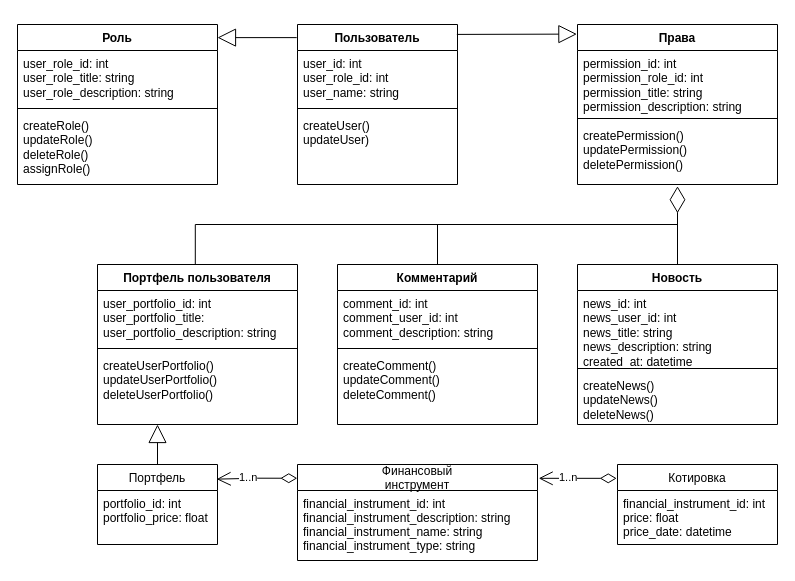
Before: Диаграмма без названия.drawio in epsil0n66/ProjectMethodsSlanina, a draw.io diagram. Source tidied: cells renumbered, new cells numbered last; positions are measured from the earlier drawing's top-left corner, leaving out a move shared by most shapes. Both pictures are drawn from the tidied source at 100%, with x=0, y=0 at pixel (17, 24).
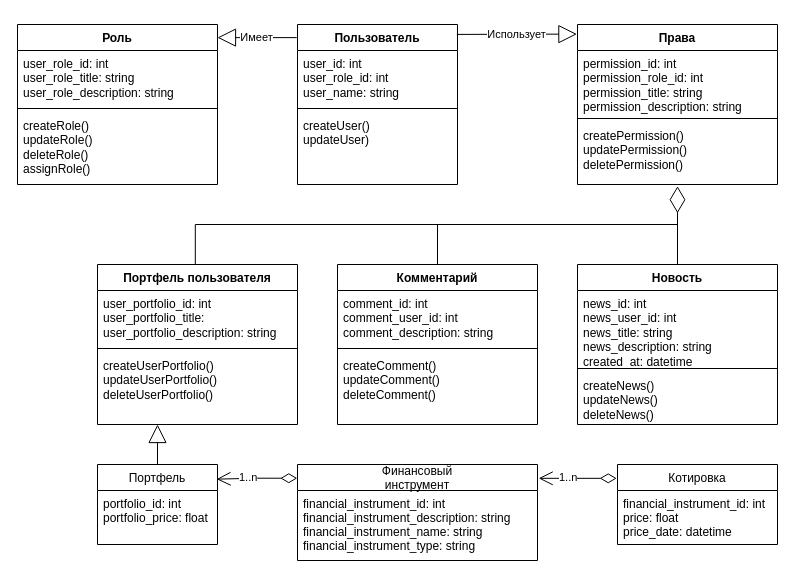
After the change.

Commit message:
Модель предметной области.drawio

The change refers to these unchanged cells:
```xml
<mxCell id="12" value="Роль" style="swimlane;fontStyle=1;align=center;verticalAlign=top;horizontal=1;startSize=26;whiteSpace=wrap;html=1;" parent="1" vertex="1">
  <mxGeometry width="200" height="160" as="geometry" />
</mxCell>
<mxCell id="16" value="Права" style="swimlane;fontStyle=1;align=center;verticalAlign=top;horizontal=1;startSize=26;whiteSpace=wrap;html=1;" parent="1" vertex="1">
  <mxGeometry x="560" width="200" height="160" as="geometry" />
</mxCell>
<mxCell id="34" value="Пользователь" style="swimlane;fontStyle=1;align=center;verticalAlign=top;horizontal=1;startSize=26;whiteSpace=wrap;html=1;" parent="1" vertex="1">
  <mxGeometry x="280" width="160" height="160" as="geometry" />
</mxCell>
```

The edit, as a diff of the source:
```diff
@@
-    <mxCell id="39" style="endArrow=block;endSize=16;endFill=0;html=1;rounded=0;exitX=0.996;exitY=0.062;exitDx=0;exitDy=0;exitPerimeter=0;entryX=-0.003;entryY=0.06;entryDx=0;entryDy=0;entryPerimeter=0;" parent="1" edge="1" source="34" target="16">
+    <mxCell id="39" value="Использует" style="endArrow=block;endSize=16;endFill=0;html=1;rounded=0;exitX=0.996;exitY=0.062;exitDx=0;exitDy=0;exitPerimeter=0;entryX=-0.003;entryY=0.06;entryDx=0;entryDy=0;entryPerimeter=0;" parent="1" edge="1" source="34" target="16">
       <mxGeometry relative="1" as="geometry" />
     </mxCell>
-    <mxCell id="40" style="endArrow=block;endSize=16;endFill=0;html=1;rounded=0;exitX=-0.005;exitY=0.082;exitDx=0;exitDy=0;exitPerimeter=0;entryX=1;entryY=0.082;entryDx=0;entryDy=0;entryPerimeter=0;" parent="1" edge="1" source="34" target="12">
+    <mxCell id="40" value="Имеет" style="endArrow=block;endSize=16;endFill=0;html=1;rounded=0;exitX=-0.005;exitY=0.082;exitDx=0;exitDy=0;exitPerimeter=0;entryX=1;entryY=0.082;entryDx=0;entryDy=0;entryPerimeter=0;" parent="1" edge="1" source="34" target="12">
       <mxGeometry relative="1" as="geometry" />
     </mxCell>
```
